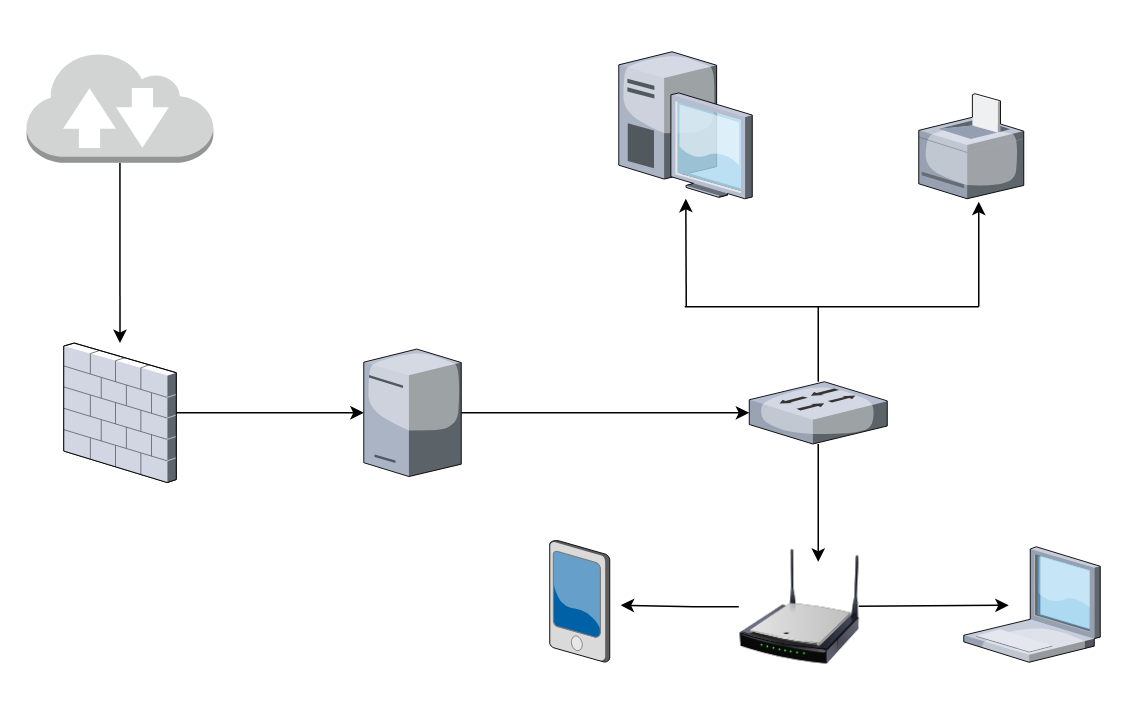
The draw.io diagram page "Trang-2" (6 of 6) of Biểu đồ không có tiêu đề.drawio in thdngh/jdz, before the edit. Source tidied: cells renumbered, new cells numbered last; positions are measured from the earlier drawing's top-left corner, leaving out a move shared by most shapes. Both pictures are drawn from the tidied source at 150%, with x=0, y=0 at pixel (26, 51).
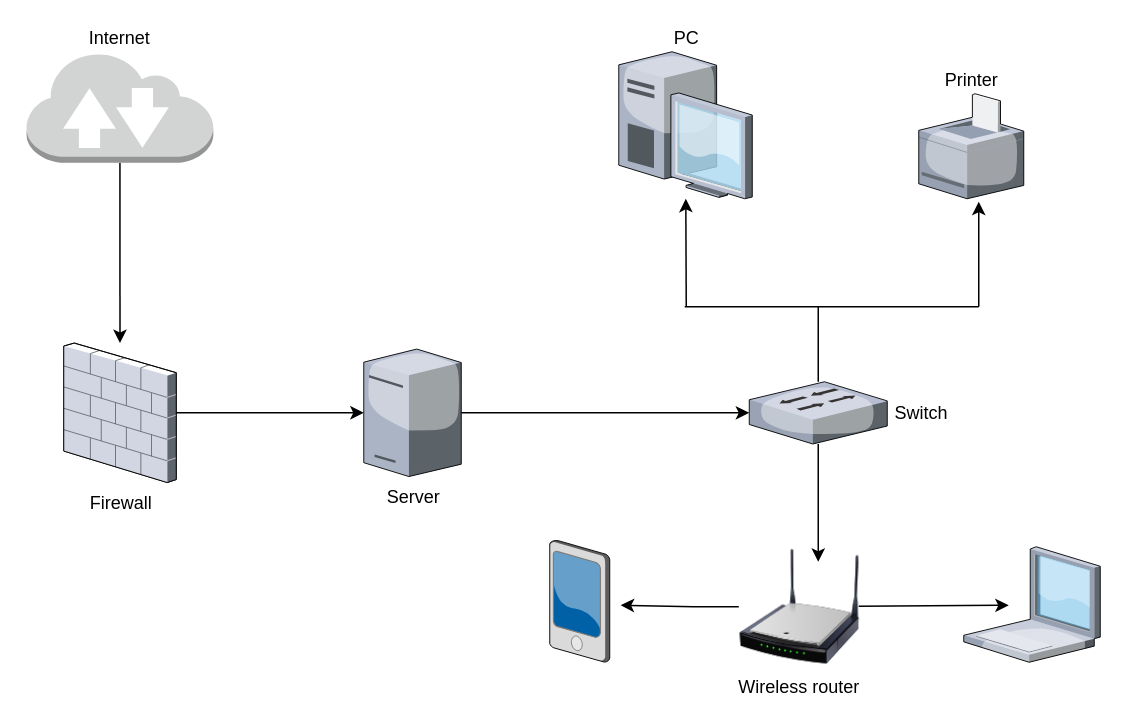
The same diagram, later.

Change to the diagram source:
```diff
@@
-    <mxCell id="2" style="verticalLabelPosition=bottom;sketch=0;html=1;verticalAlign=top;strokeColor=none;align=center;outlineConnect=0;shape=mxgraph.citrix.firewall;fillColor=none;" parent="1" vertex="1">
+    <mxCell id="2" value="Firewall" style="verticalLabelPosition=bottom;sketch=0;html=1;verticalAlign=top;strokeColor=none;align=center;outlineConnect=0;shape=mxgraph.citrix.firewall;fillColor=none;" parent="1" vertex="1">
       <mxGeometry x="25" y="194.2" width="75" height="93" as="geometry" />
     </mxCell>
-    <mxCell id="3" style="verticalLabelPosition=bottom;sketch=0;html=1;verticalAlign=top;strokeColor=none;align=center;outlineConnect=0;shape=mxgraph.citrix.desktop;fillColor=none;" parent="1" vertex="1">
+    <mxCell id="3" value="PC" style="verticalLabelPosition=top;sketch=0;html=1;verticalAlign=bottom;strokeColor=none;align=center;outlineConnect=0;shape=mxgraph.citrix.desktop;fillColor=none;labelPosition=center;" parent="1" vertex="1">
       <mxGeometry x="395" width="89" height="98" as="geometry" />
     </mxCell>
-    <mxCell id="4" style="verticalLabelPosition=bottom;sketch=0;html=1;verticalAlign=top;strokeColor=none;align=center;shape=mxgraph.citrix.printer;fillColor=none;" parent="1" vertex="1">
+    <mxCell id="4" value="Printer" style="verticalLabelPosition=top;sketch=0;html=1;verticalAlign=bottom;strokeColor=none;align=center;shape=mxgraph.citrix.printer;fillColor=none;labelPosition=center;" parent="1" vertex="1">
       <mxGeometry x="595" y="28" width="70" height="70" as="geometry" />
     </mxCell>
-    <mxCell id="5" style="verticalLabelPosition=bottom;sketch=0;html=1;verticalAlign=top;strokeColor=none;align=center;outlineConnect=0;shape=mxgraph.citrix.switch;fillColor=none;" parent="1" vertex="1">
+    <mxCell id="5" value="&amp;nbsp;Switch" style="verticalLabelPosition=middle;sketch=0;html=1;verticalAlign=middle;strokeColor=none;align=left;outlineConnect=0;shape=mxgraph.citrix.switch;fillColor=none;labelPosition=right;" parent="1" vertex="1">
       <mxGeometry x="482" y="220" width="92" height="41.5" as="geometry" />
     </mxCell>
-    <mxCell id="6" style="verticalLabelPosition=bottom;sketch=0;html=1;verticalAlign=top;strokeColor=none;align=center;outlineConnect=0;shape=mxgraph.citrix.license_server;fillColor=none;" parent="1" vertex="1">
+    <mxCell id="6" value="Server" style="verticalLabelPosition=bottom;sketch=0;html=1;verticalAlign=top;strokeColor=none;align=center;outlineConnect=0;shape=mxgraph.citrix.license_server;fillColor=none;" parent="1" vertex="1">
       <mxGeometry x="225" y="198.2" width="65" height="85" as="geometry" />
     </mxCell>
@@
-    <mxCell id="18" style="image;html=1;image=img/lib/clip_art/networking/Wireless_Router_N_128x128.png;fillColor=none;flipV=0;flipH=1;" parent="1" vertex="1">
+    <mxCell id="18" value="Wireless router" style="image;html=1;image=img/lib/clip_art/networking/Wireless_Router_N_128x128.png;fillColor=none;flipV=0;flipH=1;" parent="1" vertex="1">
       <mxGeometry x="475" y="330" width="80" height="80" as="geometry" />
     </mxCell>
-    <mxCell id="19" style="outlineConnect=0;dashed=0;verticalLabelPosition=bottom;verticalAlign=top;align=center;html=1;shape=mxgraph.aws3.internet_2;fillColor=#D2D3D3;gradientColor=none;" parent="1" vertex="1">
+    <mxCell id="19" value="Internet" style="outlineConnect=0;dashed=0;verticalLabelPosition=top;verticalAlign=bottom;align=center;html=1;shape=mxgraph.aws3.internet_2;fillColor=#D2D3D3;gradientColor=none;labelPosition=center;" parent="1" vertex="1">
       <mxGeometry x="0.2" width="124.5" height="74" as="geometry" />
     </mxCell>
```
